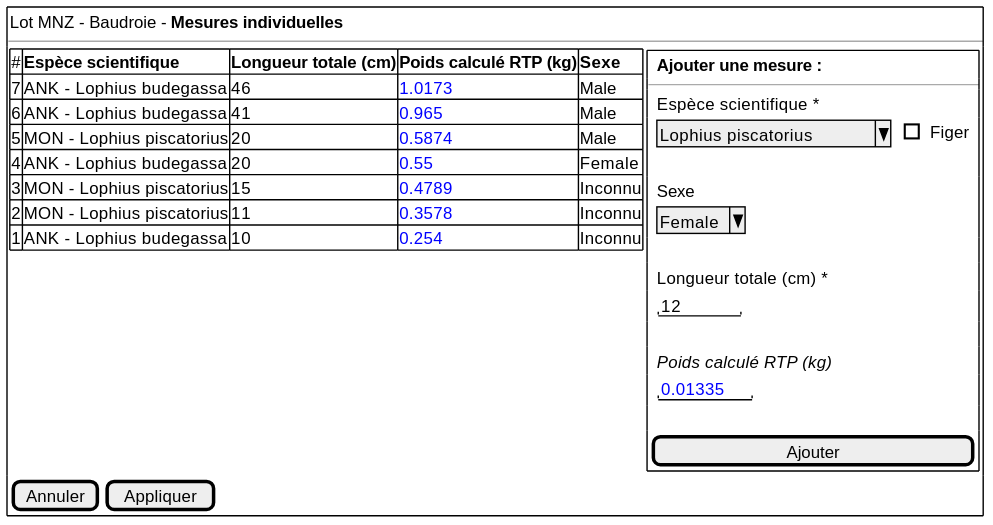
This is projects/common/spe/images/individual-measures.svg from sumaris-net/sumaris-doc, a PlantUML export, as it was before one commit. The source it was exported from:
```plantuml
@startsalt
 {+
  { Lot MNZ - Baudroie - <b>Mesures individuelles }

  --

  {
	{#
      # | <b>Espèce scientifique | <b>Longueur totale (cm) | <b>Poids calculé RTP (kg) | <b>Sexe
      7 | ANK - Lophius budegassa   | 46 | <color:blue>1.0173 | Male
      6 | ANK - Lophius budegassa   | 41 | <color:blue>0.965  | Male
      5 | MON - Lophius piscatorius | 20 | <color:blue>0.5874 | Male
      4 | ANK - Lophius budegassa   | 20 | <color:blue>0.55   | Female
      3 | MON - Lophius piscatorius | 15 | <color:blue>0.4789 | Inconnu
      2 | MON - Lophius piscatorius | 11 | <color:blue>0.3578 | Inconnu
      1 | ANK - Lophius budegassa   | 10 | <color:blue>0.254  | Inconnu
    } |

    {
      {+
        { | . |  <b>Ajouter une mesure :  | . }
        --
        { | . | Espèce scientifique *  | . }
        { | . | ^Lophius piscatorius^   | .  | [ ] Figer }
        .
        { | . | Sexe  | . }
        { | . | ^Female^  }
        .
        { | . | Longueur totale (cm) * | .  }
        { | . | "   12  "  }
        .
        { | . | <i>Poids calculé RTP (kg)  | . }
        { | . | "<color:blue>0.01335 " | .  }
        .
        { [                     Ajouter] }
        }
     }
    }
    {[Annuler] | [Appliquer]}
  }
@endsalt
```
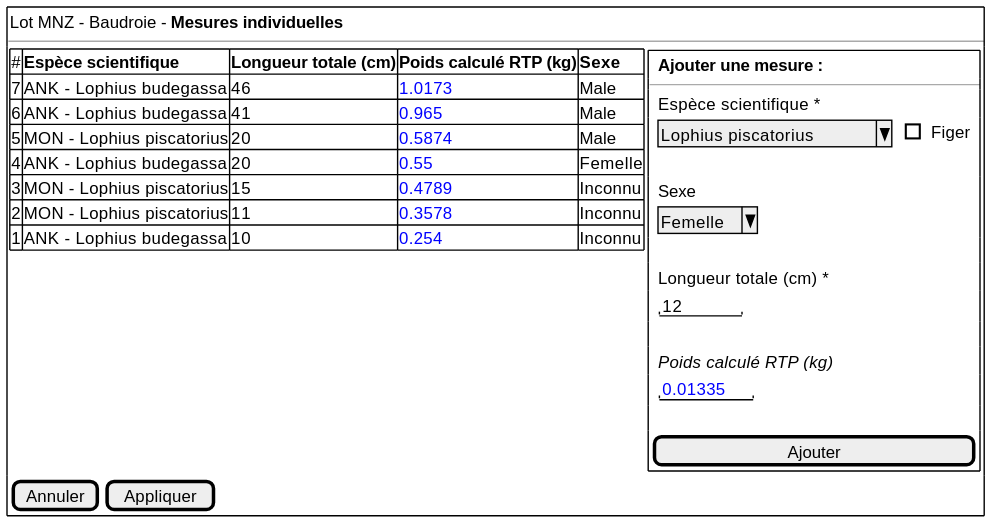
The same diagram one commit later.

Change to the diagram source:
```diff
@@ -10,7 +10,7 @@
       7 | ANK - Lophius budegassa   | 46 | <color:blue>1.0173 | Male
       6 | ANK - Lophius budegassa   | 41 | <color:blue>0.965  | Male
       5 | MON - Lophius piscatorius | 20 | <color:blue>0.5874 | Male
-      4 | ANK - Lophius budegassa   | 20 | <color:blue>0.55   | Female
+      4 | ANK - Lophius budegassa   | 20 | <color:blue>0.55   | Femelle
       3 | MON - Lophius piscatorius | 15 | <color:blue>0.4789 | Inconnu
       2 | MON - Lophius piscatorius | 11 | <color:blue>0.3578 | Inconnu
       1 | ANK - Lophius budegassa   | 10 | <color:blue>0.254  | Inconnu
@@ -24,7 +24,7 @@
         { | . | ^Lophius piscatorius^   | .  | [ ] Figer }
         .
         { | . | Sexe  | . }
-        { | . | ^Female^  }
+        { | . | ^Femelle^  }
         .
         { | . | Longueur totale (cm) * | .  }
         { | . | "   12  "  }
```
